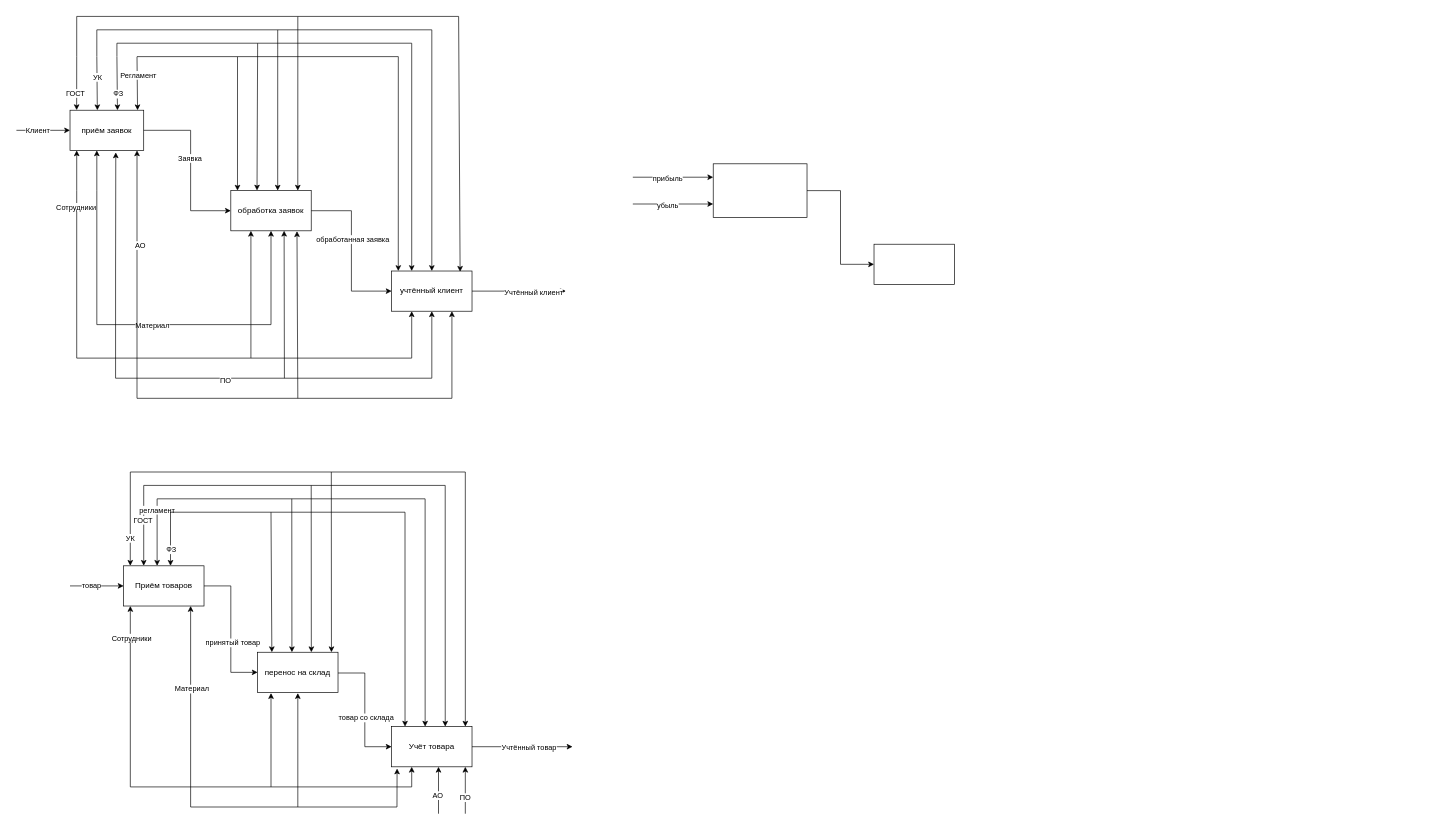
Earlier version of the draw.io diagram Карпов Андрей 2 (1).drawio (Gordon6714/Draw.io). Source tidied: cells renumbered, new cells numbered last; positions are measured from the earlier drawing's top-left corner, leaving out a move shared by most shapes. Both pictures are drawn from the tidied source at 67%, with x=0, y=0 at pixel (16, 16).
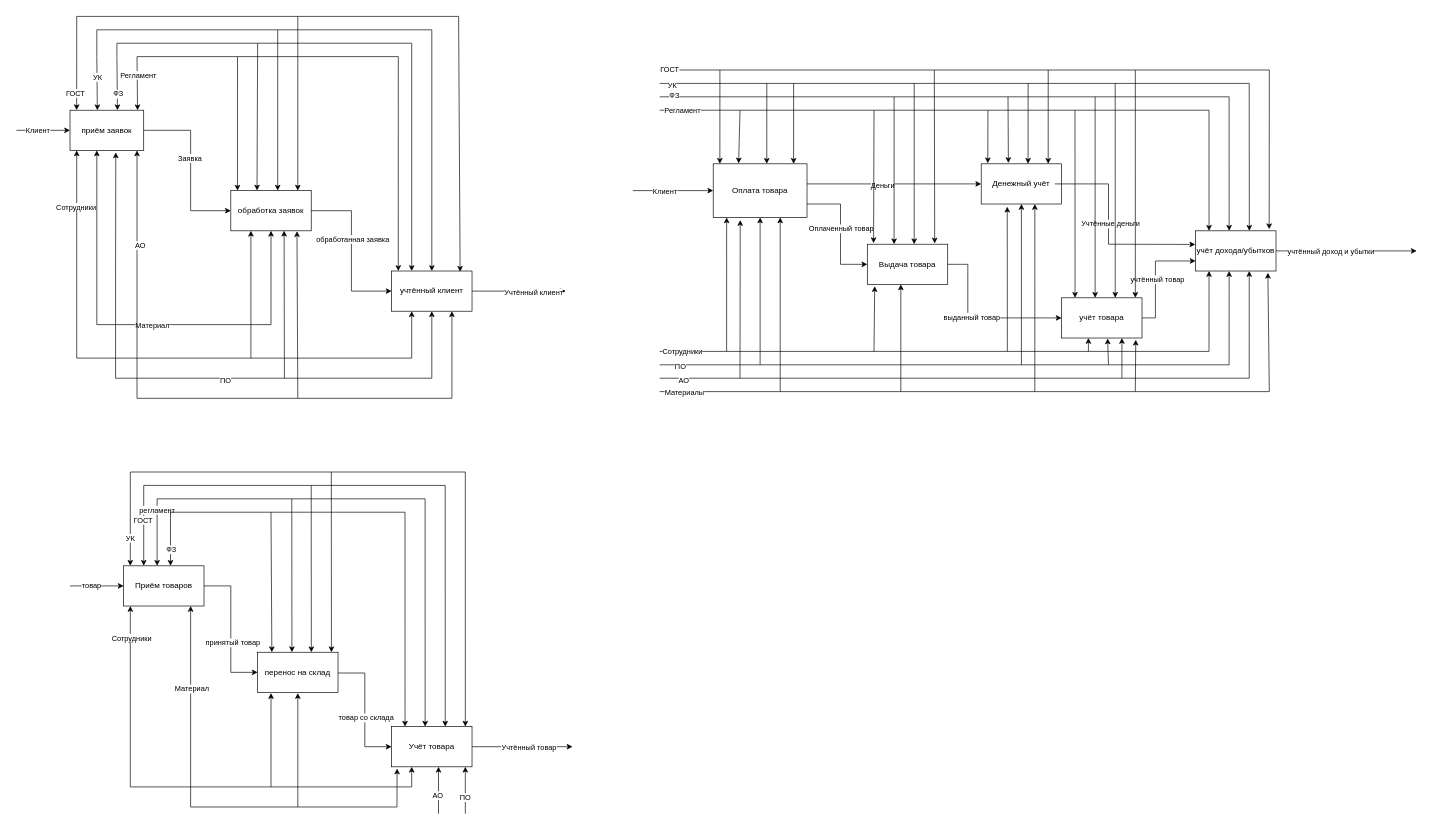
The same page after the edit.

Change to the diagram source:
```diff
@@
-    <mxCell id="83" style="rounded=0;whiteSpace=wrap;html=1;" parent="1" vertex="1">
+    <mxCell id="83" value="Оплата товара" style="rounded=0;whiteSpace=wrap;html=1;" parent="1" vertex="1">
       <mxGeometry x="1040" y="220" width="140" height="80" as="geometry" />
     </mxCell>
-    <mxCell id="84" style="endArrow=classic;html=1;rounded=0;" parent="1" edge="1">
-      <mxGeometry relative="1" as="geometry">
-        <mxPoint x="920" y="240" as="sourcePoint" />
-        <mxPoint x="1040" y="240" as="targetPoint" />
-      </mxGeometry>
-    </mxCell>
-    <mxCell id="85" value="прибыль" style="edgeLabel;html=1;align=center;verticalAlign=middle;" parent="84" vertex="1">
-      <mxGeometry x="-0.15" y="-1" relative="1" as="geometry" />
-    </mxCell>
     <mxCell id="86" style="endArrow=classic;html=1;rounded=0;" parent="1" edge="1">
       <mxGeometry relative="1" as="geometry">
-        <mxPoint x="920" y="280" as="sourcePoint" />
-        <mxPoint x="1040" y="280" as="targetPoint" />
+        <mxPoint x="920" y="260" as="sourcePoint" />
+        <mxPoint x="1040" y="260" as="targetPoint" />
       </mxGeometry>
     </mxCell>
-    <mxCell id="87" value="убыль" style="edgeLabel;html=1;align=center;verticalAlign=middle;" parent="86" vertex="1">
-      <mxGeometry x="-0.15" y="-1" relative="1" as="geometry" />
-    </mxCell>
+    <mxCell id="90" value="Клиент" style="edgeLabel;html=1;align=center;verticalAlign=middle;" parent="86" vertex="1">
+      <mxGeometry x="-0.21" relative="1" as="geometry" />
+    </mxCell>
-    <mxCell id="88" style="rounded=0;whiteSpace=wrap;html=1;" parent="1" vertex="1">
-      <mxGeometry x="1280" y="340" width="120" height="60" as="geometry" />
+    <mxCell id="88" value="Выдача товара" style="rounded=0;whiteSpace=wrap;html=1;" parent="1" vertex="1">
+      <mxGeometry x="1270" y="340" width="120" height="60" as="geometry" />
     </mxCell>
-    <mxCell id="89" style="endArrow=classic;html=1;rounded=0;entryX=0;entryY=0.5;entryDx=0;entryDy=0;" parent="1" edge="1" target="88">
+    <mxCell id="89" style="endArrow=classic;html=1;rounded=0;entryX=0;entryY=0.5;entryDx=0;entryDy=0;exitX=1;exitY=0.75;exitDx=0;exitDy=0;" parent="1" edge="1" source="83" target="88">
       <mxGeometry relative="1" as="geometry">
-        <mxPoint x="1180" y="260" as="sourcePoint" />
         <Array as="points">
-          <mxPoint x="1230" y="260" />
+          <mxPoint x="1230" y="280" />
           <mxPoint x="1230" y="370" />
         </Array>
       </mxGeometry>
     </mxCell>
+    <mxCell id="91" value="Оплаченный товар" style="edgeLabel;html=1;align=center;verticalAlign=middle;" parent="89" vertex="1">
+      <mxGeometry x="-0.04" relative="1" as="geometry" />
+    </mxCell>
+    <mxCell id="92" value="Денежный учёт" style="rounded=0;whiteSpace=wrap;html=1;" parent="1" vertex="1">
+      <mxGeometry x="1440" y="220" width="120" height="60" as="geometry" />
+    </mxCell>
+    <mxCell id="93" style="endArrow=classic;html=1;rounded=0;entryX=0;entryY=0.5;entryDx=0;entryDy=0;" parent="1" edge="1" target="92">
+      <mxGeometry relative="1" as="geometry">
+        <mxPoint x="1180" y="250" as="sourcePoint" />
+      </mxGeometry>
+    </mxCell>
+    <mxCell id="94" value="Деньги" style="edgeLabel;html=1;align=center;verticalAlign=middle;" parent="93" vertex="1">
+      <mxGeometry x="-0.14" y="-2" relative="1" as="geometry" />
+    </mxCell>
+    <mxCell id="95" style="endArrow=classic;html=1;rounded=0;entryX=0;entryY=0.5;entryDx=0;entryDy=0;" parent="1" edge="1" target="97">
+      <mxGeometry relative="1" as="geometry">
+        <mxPoint x="1390" y="370" as="sourcePoint" />
+        <Array as="points">
+          <mxPoint x="1420" y="370" />
+          <mxPoint x="1420" y="450" />
+        </Array>
+      </mxGeometry>
+    </mxCell>
+    <mxCell id="96" value="выданный товар" style="edgeLabel;html=1;align=center;verticalAlign=middle;" parent="95" vertex="1">
+      <mxGeometry x="-0.08" y="2" relative="1" as="geometry" />
+    </mxCell>
+    <mxCell id="97" value="учёт товара" style="rounded=0;whiteSpace=wrap;html=1;" parent="1" vertex="1">
+      <mxGeometry x="1560" y="420" width="120" height="60" as="geometry" />
+    </mxCell>
+    <mxCell id="98" value="учёт дохода/убытков" style="rounded=0;whiteSpace=wrap;html=1;" parent="1" vertex="1">
+      <mxGeometry x="1760" y="320" width="120" height="60" as="geometry" />
+    </mxCell>
+    <mxCell id="99" style="endArrow=classic;html=1;rounded=0;entryX=-0.004;entryY=0.339;entryDx=0;entryDy=0;entryPerimeter=0;" parent="1" edge="1" target="98">
+      <mxGeometry relative="1" as="geometry">
+        <mxPoint x="1550" y="250" as="sourcePoint" />
+        <Array as="points">
+          <mxPoint x="1630" y="250" />
+          <mxPoint x="1630" y="340" />
+        </Array>
+      </mxGeometry>
+    </mxCell>
+    <mxCell id="100" value="Учтённые деньги" style="edgeLabel;html=1;align=center;verticalAlign=middle;" parent="99" vertex="1">
+      <mxGeometry x="-0.07" y="2" relative="1" as="geometry" />
+    </mxCell>
+    <mxCell id="101" style="endArrow=classic;html=1;rounded=0;entryX=0;entryY=0.75;entryDx=0;entryDy=0;" parent="1" edge="1" target="98">
+      <mxGeometry relative="1" as="geometry">
+        <mxPoint x="1680" y="450" as="sourcePoint" />
+        <Array as="points">
+          <mxPoint x="1700" y="450" />
+          <mxPoint x="1700" y="365" />
+        </Array>
+      </mxGeometry>
+    </mxCell>
+    <mxCell id="102" value="учтённый товар" style="edgeLabel;html=1;align=center;verticalAlign=middle;" parent="101" vertex="1">
+      <mxGeometry x="-0.06" y="-2" relative="1" as="geometry" />
+    </mxCell>
+    <mxCell id="103" style="endArrow=classic;html=1;rounded=0;" parent="1" edge="1">
+      <mxGeometry relative="1" as="geometry">
+        <mxPoint x="1880" y="350" as="sourcePoint" />
+        <mxPoint x="2090" y="350" as="targetPoint" />
+      </mxGeometry>
+    </mxCell>
+    <mxCell id="104" value="учтённый доход и убытки" style="edgeLabel;html=1;align=center;verticalAlign=middle;" parent="103" vertex="1">
+      <mxGeometry x="-0.23" relative="1" as="geometry" />
+    </mxCell>
+    <mxCell id="105" style="endArrow=none;html=1;rounded=0;" parent="1" edge="1">
+      <mxGeometry relative="1" as="geometry">
+        <mxPoint x="960" y="140" as="sourcePoint" />
+        <mxPoint x="1780" y="140" as="targetPoint" />
+      </mxGeometry>
+    </mxCell>
+    <mxCell id="106" value="Регламент" style="edgeLabel;html=1;align=center;verticalAlign=middle;" parent="105" vertex="1">
+      <mxGeometry x="-0.92" relative="1" as="geometry" />
+    </mxCell>
+    <mxCell id="107" style="endArrow=none;html=1;rounded=0;" parent="1" edge="1">
+      <mxGeometry relative="1" as="geometry">
+        <mxPoint x="960" y="100" as="sourcePoint" />
+        <mxPoint x="1840" y="100" as="targetPoint" />
+      </mxGeometry>
+    </mxCell>
+    <mxCell id="108" value="УК" style="edgeLabel;html=1;align=center;verticalAlign=middle;" parent="107" vertex="1">
+      <mxGeometry x="-0.96" y="-2" relative="1" as="geometry" />
+    </mxCell>
+    <mxCell id="109" style="endArrow=none;html=1;rounded=0;" parent="1" edge="1">
+      <mxGeometry relative="1" as="geometry">
+        <mxPoint x="960" y="120" as="sourcePoint" />
+        <mxPoint x="1810" y="120" as="targetPoint" />
+      </mxGeometry>
+    </mxCell>
+    <mxCell id="110" value="ФЗ" style="edgeLabel;html=1;align=center;verticalAlign=middle;" parent="109" vertex="1">
+      <mxGeometry x="-0.95" y="2" relative="1" as="geometry" />
+    </mxCell>
+    <mxCell id="111" style="endArrow=none;html=1;rounded=0;" parent="1" edge="1">
+      <mxGeometry relative="1" as="geometry">
+        <mxPoint x="960" y="80" as="sourcePoint" />
+        <mxPoint x="1870" y="80" as="targetPoint" />
+      </mxGeometry>
+    </mxCell>
+    <mxCell id="112" value="ГОСТ" style="edgeLabel;html=1;align=center;verticalAlign=middle;" parent="111" vertex="1">
+      <mxGeometry x="-0.97" y="1" relative="1" as="geometry" />
+    </mxCell>
+    <mxCell id="113" style="endArrow=classic;html=1;rounded=0;entryX=0.271;entryY=-0.008;entryDx=0;entryDy=0;entryPerimeter=0;" parent="1" edge="1" target="83">
+      <mxGeometry relative="1" as="geometry">
+        <mxPoint x="1080" y="140" as="sourcePoint" />
+      </mxGeometry>
+    </mxCell>
+    <mxCell id="114" style="endArrow=classic;html=1;rounded=0;entryX=0.571;entryY=0;entryDx=0;entryDy=0;entryPerimeter=0;" parent="1" edge="1" target="83">
+      <mxGeometry relative="1" as="geometry">
+        <mxPoint x="1120" y="100" as="sourcePoint" />
+      </mxGeometry>
+    </mxCell>
+    <mxCell id="115" style="endArrow=classic;html=1;rounded=0;entryX=0.857;entryY=0;entryDx=0;entryDy=0;entryPerimeter=0;" parent="1" edge="1" target="83">
+      <mxGeometry relative="1" as="geometry">
+        <mxPoint x="1160" y="100" as="sourcePoint" />
+      </mxGeometry>
+    </mxCell>
+    <mxCell id="116" style="endArrow=classic;html=1;rounded=0;entryX=0.071;entryY=0;entryDx=0;entryDy=0;entryPerimeter=0;" parent="1" edge="1" target="83">
+      <mxGeometry relative="1" as="geometry">
+        <mxPoint x="1050" y="80" as="sourcePoint" />
+      </mxGeometry>
+    </mxCell>
+    <mxCell id="117" style="endArrow=classic;html=1;rounded=0;entryX=0.082;entryY=-0.013;entryDx=0;entryDy=0;entryPerimeter=0;" parent="1" edge="1" target="92">
+      <mxGeometry relative="1" as="geometry">
+        <mxPoint x="1450" y="140" as="sourcePoint" />
+      </mxGeometry>
+    </mxCell>
+    <mxCell id="118" style="endArrow=classic;html=1;rounded=0;entryX=0.338;entryY=-0.02;entryDx=0;entryDy=0;entryPerimeter=0;" parent="1" edge="1" target="92">
+      <mxGeometry relative="1" as="geometry">
+        <mxPoint x="1480" y="120" as="sourcePoint" />
+      </mxGeometry>
+    </mxCell>
+    <mxCell id="119" style="endArrow=classic;html=1;rounded=0;entryX=0.583;entryY=0;entryDx=0;entryDy=0;entryPerimeter=0;" parent="1" edge="1" target="92">
+      <mxGeometry relative="1" as="geometry">
+        <mxPoint x="1510" y="100" as="sourcePoint" />
+      </mxGeometry>
+    </mxCell>
+    <mxCell id="120" style="endArrow=classic;html=1;rounded=0;entryX=0.833;entryY=0;entryDx=0;entryDy=0;entryPerimeter=0;" parent="1" edge="1" target="92">
+      <mxGeometry relative="1" as="geometry">
+        <mxPoint x="1540" y="80" as="sourcePoint" />
+      </mxGeometry>
+    </mxCell>
+    <mxCell id="121" style="endArrow=classic;html=1;rounded=0;entryX=0.078;entryY=-0.027;entryDx=0;entryDy=0;entryPerimeter=0;" parent="1" edge="1" target="88">
+      <mxGeometry relative="1" as="geometry">
+        <mxPoint x="1280" y="140" as="sourcePoint" />
+      </mxGeometry>
+    </mxCell>
+    <mxCell id="122" style="endArrow=classic;html=1;rounded=0;entryX=0.333;entryY=0;entryDx=0;entryDy=0;entryPerimeter=0;" parent="1" edge="1" target="88">
+      <mxGeometry relative="1" as="geometry">
+        <mxPoint x="1310" y="120" as="sourcePoint" />
+      </mxGeometry>
+    </mxCell>
+    <mxCell id="123" style="endArrow=classic;html=1;rounded=0;entryX=0.583;entryY=0;entryDx=0;entryDy=0;entryPerimeter=0;" parent="1" edge="1" target="88">
+      <mxGeometry relative="1" as="geometry">
+        <mxPoint x="1340" y="100" as="sourcePoint" />
+      </mxGeometry>
+    </mxCell>
+    <mxCell id="124" style="endArrow=classic;html=1;rounded=0;entryX=0.838;entryY=-0.02;entryDx=0;entryDy=0;entryPerimeter=0;" parent="1" edge="1" target="88">
+      <mxGeometry relative="1" as="geometry">
+        <mxPoint x="1370" y="80" as="sourcePoint" />
+      </mxGeometry>
+    </mxCell>
+    <mxCell id="125" style="endArrow=classic;html=1;rounded=0;entryX=0.167;entryY=0;entryDx=0;entryDy=0;entryPerimeter=0;" parent="1" edge="1" target="97">
+      <mxGeometry relative="1" as="geometry">
+        <mxPoint x="1580" y="140" as="sourcePoint" />
+      </mxGeometry>
+    </mxCell>
+    <mxCell id="126" style="endArrow=classic;html=1;rounded=0;entryX=0.417;entryY=0;entryDx=0;entryDy=0;entryPerimeter=0;" parent="1" edge="1" target="97">
+      <mxGeometry relative="1" as="geometry">
+        <mxPoint x="1610" y="120" as="sourcePoint" />
+      </mxGeometry>
+    </mxCell>
+    <mxCell id="127" style="endArrow=classic;html=1;rounded=0;entryX=0.667;entryY=0;entryDx=0;entryDy=0;entryPerimeter=0;" parent="1" edge="1" target="97">
+      <mxGeometry relative="1" as="geometry">
+        <mxPoint x="1640" y="100" as="sourcePoint" />
+      </mxGeometry>
+    </mxCell>
+    <mxCell id="128" style="endArrow=classic;html=1;rounded=0;entryX=0.917;entryY=0;entryDx=0;entryDy=0;entryPerimeter=0;" parent="1" edge="1" target="97">
+      <mxGeometry relative="1" as="geometry">
+        <mxPoint x="1670" y="80" as="sourcePoint" />
+      </mxGeometry>
+    </mxCell>
+    <mxCell id="129" style="endArrow=classic;html=1;rounded=0;entryX=0.167;entryY=0;entryDx=0;entryDy=0;entryPerimeter=0;" parent="1" edge="1" target="98">
+      <mxGeometry relative="1" as="geometry">
+        <mxPoint x="1780" y="140" as="sourcePoint" />
+      </mxGeometry>
+    </mxCell>
+    <mxCell id="130" style="endArrow=classic;html=1;rounded=0;entryX=0.417;entryY=0;entryDx=0;entryDy=0;entryPerimeter=0;" parent="1" edge="1" target="98">
+      <mxGeometry relative="1" as="geometry">
+        <mxPoint x="1810" y="120" as="sourcePoint" />
+      </mxGeometry>
+    </mxCell>
+    <mxCell id="131" style="endArrow=classic;html=1;rounded=0;entryX=0.668;entryY=0;entryDx=0;entryDy=0;entryPerimeter=0;" parent="1" edge="1" target="98">
+      <mxGeometry relative="1" as="geometry">
+        <mxPoint x="1840" y="100" as="sourcePoint" />
+      </mxGeometry>
+    </mxCell>
+    <mxCell id="132" style="endArrow=classic;html=1;rounded=0;entryX=0.915;entryY=-0.04;entryDx=0;entryDy=0;entryPerimeter=0;" parent="1" edge="1" target="98">
+      <mxGeometry relative="1" as="geometry">
+        <mxPoint x="1870" y="80" as="sourcePoint" />
+      </mxGeometry>
+    </mxCell>
+    <mxCell id="133" style="endArrow=none;html=1;rounded=0;" parent="1" edge="1">
+      <mxGeometry relative="1" as="geometry">
+        <mxPoint x="960" y="500" as="sourcePoint" />
+        <mxPoint x="1780" y="500" as="targetPoint" />
+      </mxGeometry>
+    </mxCell>
+    <mxCell id="134" value="Сотрудники" style="edgeLabel;html=1;align=center;verticalAlign=middle;" parent="133" vertex="1">
+      <mxGeometry x="-0.92" relative="1" as="geometry" />
+    </mxCell>
+    <mxCell id="135" style="endArrow=none;html=1;rounded=0;" parent="1" edge="1">
+      <mxGeometry relative="1" as="geometry">
+        <mxPoint x="960" y="540" as="sourcePoint" />
+        <mxPoint x="1840" y="540" as="targetPoint" />
+      </mxGeometry>
+    </mxCell>
+    <mxCell id="136" value="АО" style="edgeLabel;html=1;align=center;verticalAlign=middle;" parent="135" vertex="1">
+      <mxGeometry x="-0.92" y="-2" relative="1" as="geometry" />
+    </mxCell>
+    <mxCell id="137" style="endArrow=none;html=1;rounded=0;" parent="1" edge="1">
+      <mxGeometry relative="1" as="geometry">
+        <mxPoint x="960" y="520" as="sourcePoint" />
+        <mxPoint x="1810" y="520" as="targetPoint" />
+      </mxGeometry>
+    </mxCell>
+    <mxCell id="138" value="ПО" style="edgeLabel;html=1;align=center;verticalAlign=middle;" parent="137" vertex="1">
+      <mxGeometry x="-0.93" y="-1" relative="1" as="geometry" />
+    </mxCell>
+    <mxCell id="139" style="endArrow=none;html=1;rounded=0;" parent="1" edge="1">
+      <mxGeometry relative="1" as="geometry">
+        <mxPoint x="960" y="560" as="sourcePoint" />
+        <mxPoint x="1870" y="560" as="targetPoint" />
+      </mxGeometry>
+    </mxCell>
+    <mxCell id="140" value="Материалы" style="edgeLabel;html=1;align=center;verticalAlign=middle;" parent="139" vertex="1">
+      <mxGeometry x="-0.92" relative="1" as="geometry" />
+    </mxCell>
+    <mxCell id="141" style="endArrow=classic;html=1;rounded=0;entryX=0.143;entryY=1;entryDx=0;entryDy=0;entryPerimeter=0;" parent="1" edge="1" target="83">
+      <mxGeometry relative="1" as="geometry">
+        <mxPoint x="1060" y="500" as="sourcePoint" />
+      </mxGeometry>
+    </mxCell>
+    <mxCell id="142" style="endArrow=classic;html=1;rounded=0;entryX=0.092;entryY=1.044;entryDx=0;entryDy=0;entryPerimeter=0;" parent="1" edge="1" target="88">
+      <mxGeometry relative="1" as="geometry">
+        <mxPoint x="1280" y="500" as="sourcePoint" />
+      </mxGeometry>
+    </mxCell>
+    <mxCell id="143" style="endArrow=classic;html=1;rounded=0;entryX=0.324;entryY=1.067;entryDx=0;entryDy=0;entryPerimeter=0;" parent="1" edge="1" target="92">
+      <mxGeometry relative="1" as="geometry">
+        <mxPoint x="1479" y="500" as="sourcePoint" />
+      </mxGeometry>
+    </mxCell>
+    <mxCell id="144" style="endArrow=classic;html=1;rounded=0;" parent="1" edge="1">
+      <mxGeometry relative="1" as="geometry">
+        <mxPoint x="1600" y="500" as="sourcePoint" />
+        <mxPoint x="1600" y="480" as="targetPoint" />
+      </mxGeometry>
+    </mxCell>
+    <mxCell id="145" style="endArrow=classic;html=1;rounded=0;entryX=0.167;entryY=1;entryDx=0;entryDy=0;entryPerimeter=0;" parent="1" edge="1" target="98">
+      <mxGeometry relative="1" as="geometry">
+        <mxPoint x="1780" y="500" as="sourcePoint" />
+      </mxGeometry>
+    </mxCell>
+    <mxCell id="146" style="endArrow=classic;html=1;rounded=0;entryX=0.5;entryY=1;entryDx=0;entryDy=0;" parent="1" edge="1" target="83">
+      <mxGeometry relative="1" as="geometry">
+        <mxPoint x="1110" y="520" as="sourcePoint" />
+      </mxGeometry>
+    </mxCell>
+    <mxCell id="147" style="endArrow=classic;html=1;rounded=0;entryX=0.5;entryY=1;entryDx=0;entryDy=0;" parent="1" edge="1" target="92">
+      <mxGeometry relative="1" as="geometry">
+        <mxPoint x="1500" y="520" as="sourcePoint" />
+      </mxGeometry>
+    </mxCell>
+    <mxCell id="148" style="endArrow=classic;html=1;rounded=0;entryX=0.572;entryY=1.01;entryDx=0;entryDy=0;entryPerimeter=0;" parent="1" edge="1" target="97">
+      <mxGeometry relative="1" as="geometry">
+        <mxPoint x="1630" y="520" as="sourcePoint" />
+      </mxGeometry>
+    </mxCell>
+    <mxCell id="149" style="endArrow=classic;html=1;rounded=0;entryX=0.417;entryY=1;entryDx=0;entryDy=0;entryPerimeter=0;" parent="1" edge="1" target="98">
+      <mxGeometry relative="1" as="geometry">
+        <mxPoint x="1810" y="520" as="sourcePoint" />
+      </mxGeometry>
+    </mxCell>
+    <mxCell id="150" style="endArrow=classic;html=1;rounded=0;entryX=0.288;entryY=1.05;entryDx=0;entryDy=0;entryPerimeter=0;" parent="1" edge="1" target="83">
+      <mxGeometry relative="1" as="geometry">
+        <mxPoint x="1080" y="540" as="sourcePoint" />
+      </mxGeometry>
+    </mxCell>
+    <mxCell id="151" style="endArrow=classic;html=1;rounded=0;entryX=0.75;entryY=1;entryDx=0;entryDy=0;" parent="1" edge="1" target="97">
+      <mxGeometry relative="1" as="geometry">
+        <mxPoint x="1650" y="540" as="sourcePoint" />
+      </mxGeometry>
+    </mxCell>
+    <mxCell id="152" style="endArrow=classic;html=1;rounded=0;entryX=0.667;entryY=1;entryDx=0;entryDy=0;entryPerimeter=0;" parent="1" edge="1" target="98">
+      <mxGeometry relative="1" as="geometry">
+        <mxPoint x="1840" y="540" as="sourcePoint" />
+      </mxGeometry>
+    </mxCell>
+    <mxCell id="153" style="endArrow=classic;html=1;rounded=0;entryX=0.899;entryY=1.044;entryDx=0;entryDy=0;entryPerimeter=0;" parent="1" edge="1" target="98">
+      <mxGeometry relative="1" as="geometry">
+        <mxPoint x="1870" y="560" as="sourcePoint" />
+      </mxGeometry>
+    </mxCell>
+    <mxCell id="154" style="endArrow=classic;html=1;rounded=0;entryX=0.922;entryY=1.044;entryDx=0;entryDy=0;entryPerimeter=0;" parent="1" edge="1" target="97">
+      <mxGeometry relative="1" as="geometry">
+        <mxPoint x="1670" y="560" as="sourcePoint" />
+      </mxGeometry>
+    </mxCell>
+    <mxCell id="155" style="endArrow=classic;html=1;rounded=0;entryX=0.667;entryY=1;entryDx=0;entryDy=0;entryPerimeter=0;" parent="1" edge="1" target="92">
+      <mxGeometry relative="1" as="geometry">
+        <mxPoint x="1520" y="560" as="sourcePoint" />
+      </mxGeometry>
+    </mxCell>
+    <mxCell id="156" style="endArrow=classic;html=1;rounded=0;entryX=0.417;entryY=1;entryDx=0;entryDy=0;entryPerimeter=0;" parent="1" edge="1" target="88">
+      <mxGeometry relative="1" as="geometry">
+        <mxPoint x="1320" y="560" as="sourcePoint" />
+      </mxGeometry>
+    </mxCell>
+    <mxCell id="157" style="endArrow=classic;html=1;rounded=0;entryX=0.714;entryY=1;entryDx=0;entryDy=0;entryPerimeter=0;" parent="1" edge="1" target="83">
+      <mxGeometry relative="1" as="geometry">
+        <mxPoint x="1140" y="560" as="sourcePoint" />
+      </mxGeometry>
+    </mxCell>
```
